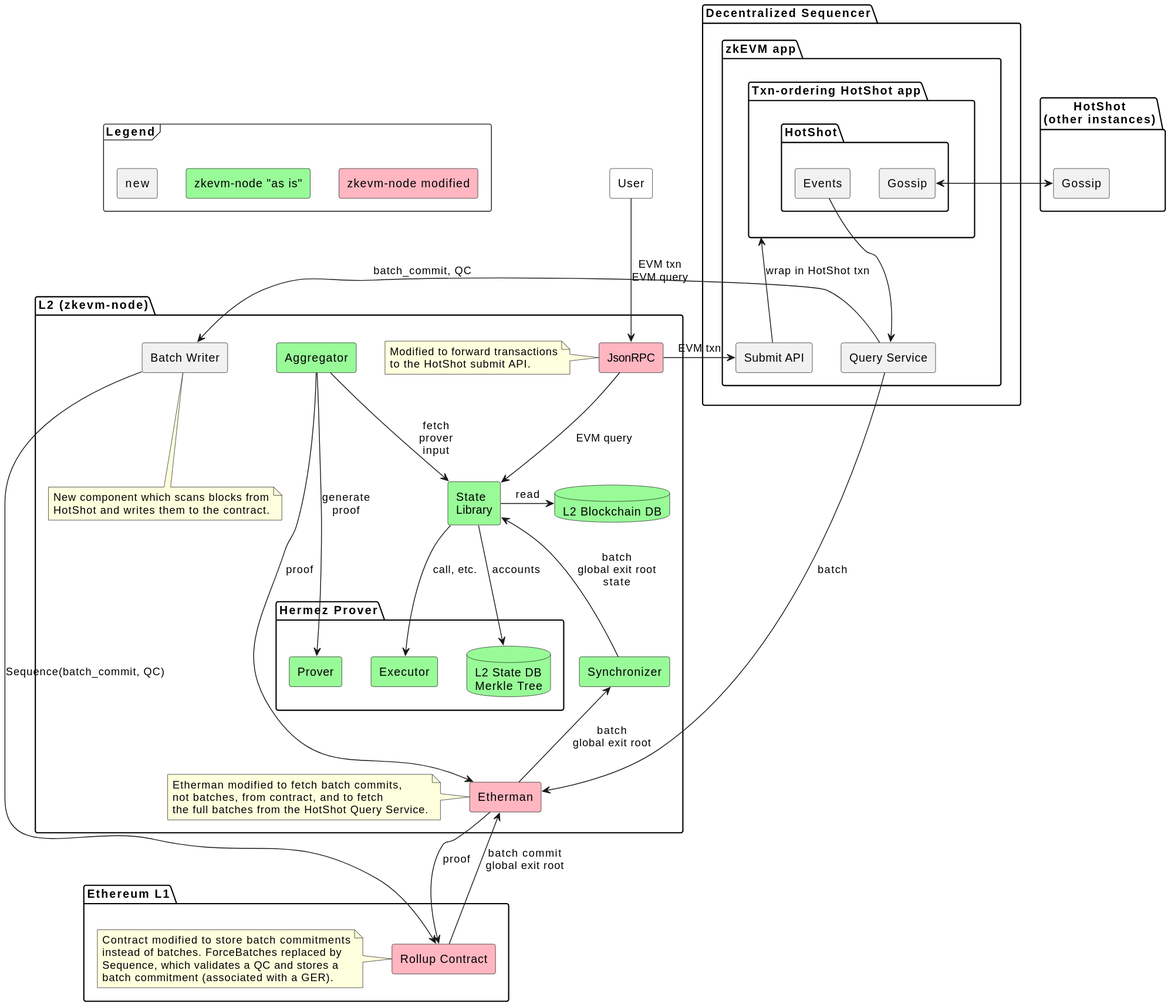
EspressoSystems/espresso-polygon-zkevm-demo keeps this PlantUML diagram as doc/architecture_phase3.svg. Above is the earlier version.
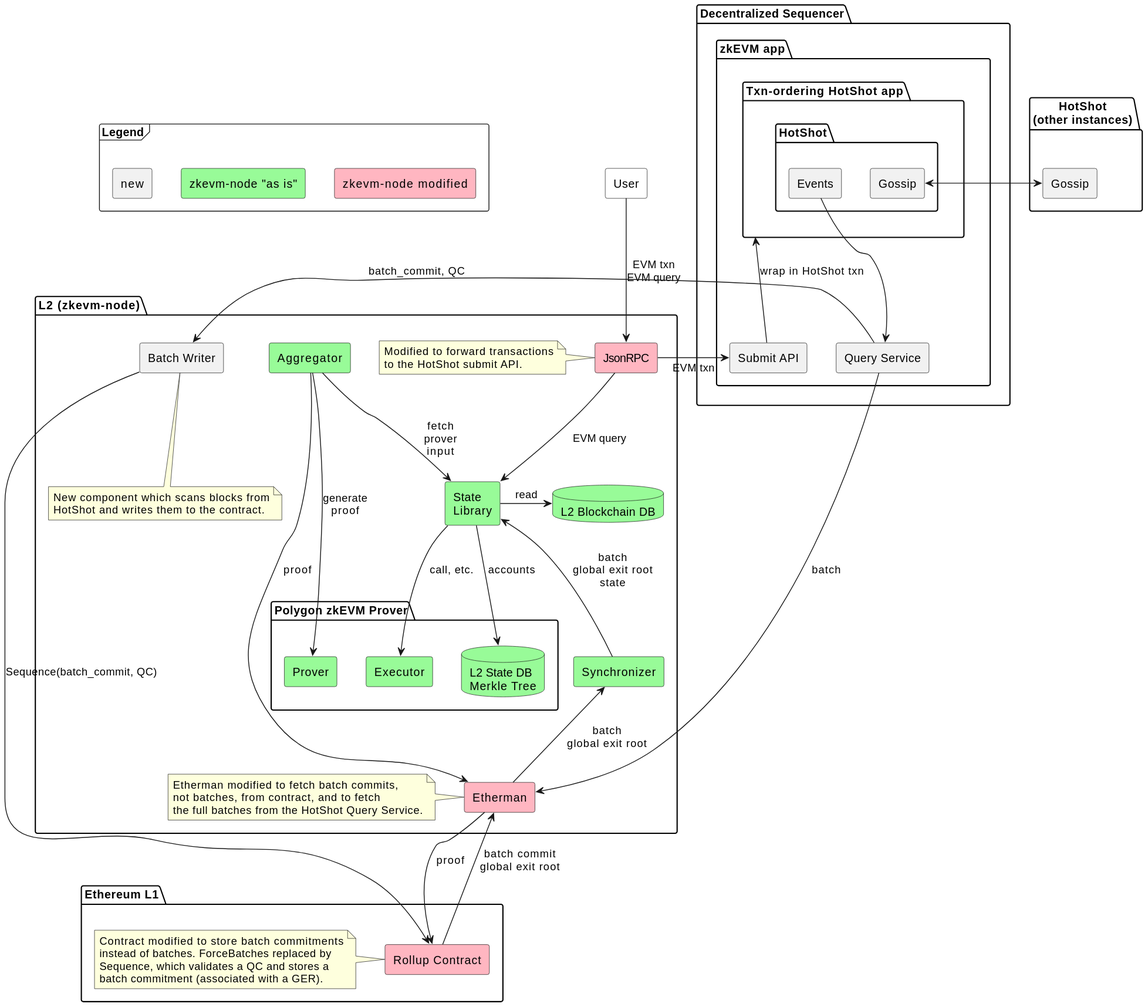
After the commit.

Change to the diagram source:
```diff
@@ -48,7 +48,7 @@
   database L2DB #PaleGreen [
     L2 Blockchain DB
   ]
-  package "Hermez Prover" as HermezProver {
+  package "Polygon zkEVM Prover" as PolygonZkEVMProver {
     component Prover #PaleGreen
     component Executor #PaleGreen
     database Tree #PaleGreen [
```
